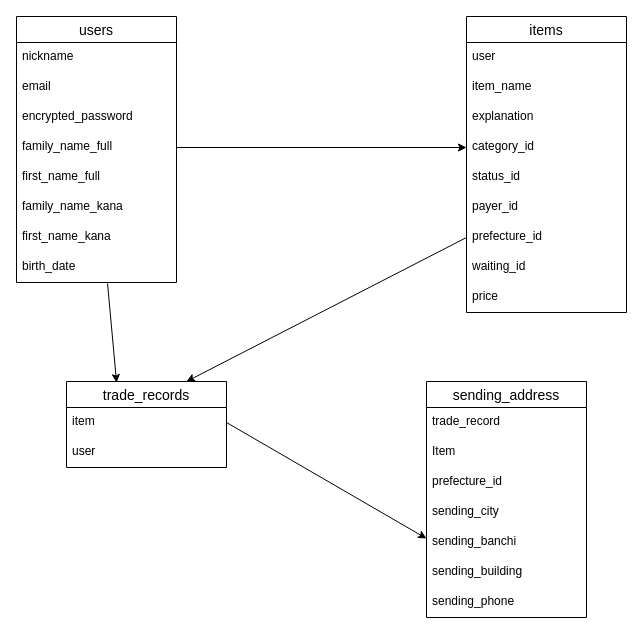
ryotaro960/furima-41543 keeps this draw.io diagram as Table.dio. Above is the earlier version. Source tidied: cells renumbered, new cells numbered last; positions are measured from the earlier drawing's top-left corner, leaving out a move shared by most shapes. Both pictures are drawn from the tidied source at 100%, with x=0, y=0 at pixel (16, 16).
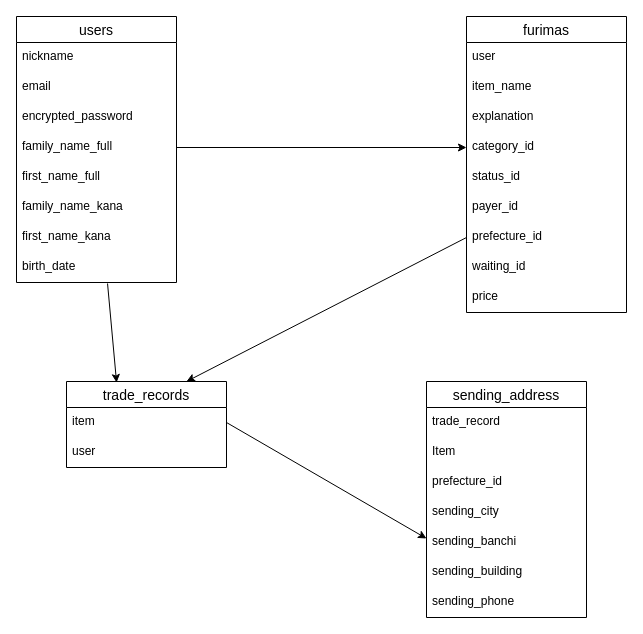
Above is the later version.

What changed in the source:
```diff
@@
-    <mxCell id="11" value="items" style="swimlane;fontStyle=0;horizontal=1;startSize=26;align=center;fontSize=14;" parent="1" vertex="1">
+    <mxCell id="11" value="furimas" style="swimlane;fontStyle=0;horizontal=1;startSize=26;align=center;fontSize=14;" parent="1" vertex="1">
       <mxGeometry x="450" width="160" height="296" as="geometry" />
     </mxCell>
```
